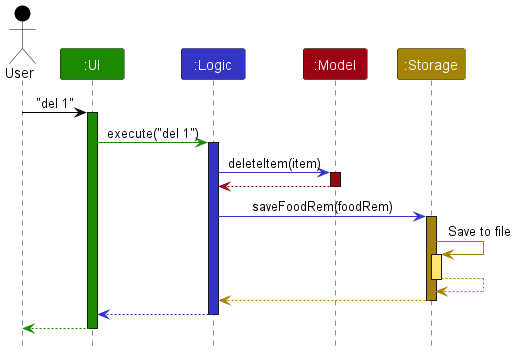
c-wenlong/tp keeps this PlantUML diagram as docs/images/ArchitectureSequenceDiagram.png. Above is the earlier version. Source of this version:
```plantuml
@startuml
!include style.puml

Actor User as user USER_COLOR
Participant ":UI" as ui UI_COLOR
Participant ":Logic" as logic LOGIC_COLOR
Participant ":Model" as model MODEL_COLOR
Participant ":Storage" as storage STORAGE_COLOR

user -[USER_COLOR]> ui : "del 1"
activate ui UI_COLOR

ui -[UI_COLOR]> logic : execute("del 1")
activate logic LOGIC_COLOR

logic -[LOGIC_COLOR]> model : deleteItem(item)
activate model MODEL_COLOR

model -[MODEL_COLOR]-> logic
deactivate model

logic -[LOGIC_COLOR]> storage : saveFoodRem(foodRem)
activate storage STORAGE_COLOR

storage -[STORAGE_COLOR]> storage : Save to file
activate storage STORAGE_COLOR_T1
storage --[STORAGE_COLOR]> storage
deactivate storage

storage --[STORAGE_COLOR]> logic
deactivate storage

logic --[LOGIC_COLOR]> ui
deactivate logic

ui--[UI_COLOR]> user
deactivate ui
@enduml
```
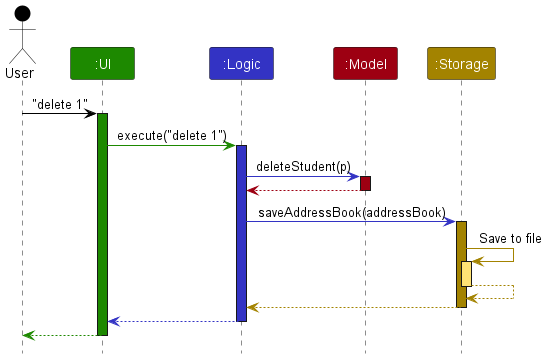
After the change.

Change to the diagram source:
```diff
@@ -1,5 +1,6 @@
 @startuml
 !include style.puml
+skinparam ArrowFontStyle plain
 
 Actor User as user USER_COLOR
 Participant ":UI" as ui UI_COLOR
@@ -7,19 +8,19 @@
 Participant ":Model" as model MODEL_COLOR
 Participant ":Storage" as storage STORAGE_COLOR
 
-user -[USER_COLOR]> ui : "del 1"
+user -[USER_COLOR]> ui : "delete 1"
 activate ui UI_COLOR
 
-ui -[UI_COLOR]> logic : execute("del 1")
+ui -[UI_COLOR]> logic : execute("delete 1")
 activate logic LOGIC_COLOR
 
-logic -[LOGIC_COLOR]> model : deleteItem(item)
+logic -[LOGIC_COLOR]> model : deleteStudent(p)
 activate model MODEL_COLOR
 
 model -[MODEL_COLOR]-> logic
 deactivate model
 
-logic -[LOGIC_COLOR]> storage : saveFoodRem(foodRem)
+logic -[LOGIC_COLOR]> storage : saveAddressBook(addressBook)
 activate storage STORAGE_COLOR
 
 storage -[STORAGE_COLOR]> storage : Save to file
```
